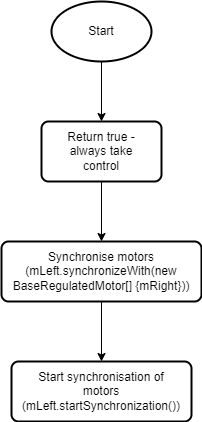
The draw.io diagram Final submission/Behaviour control flow/WalkaboutControlFlow.png in XLmT09/Bunny-Robot, before a commit. Source tidied: cells renumbered, new cells last; positions are measured from the earlier drawing's top-left corner, leaving out a move shared by most shapes.
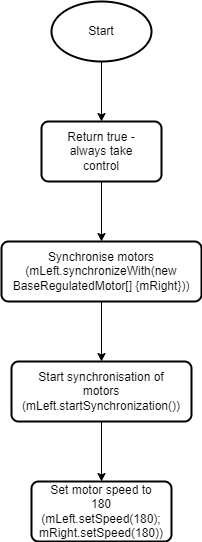
The same diagram one commit later.

What changed in the source:
```diff
@@ -47,5 +47,17 @@
     <mxCell id="16" style="endArrow=classic;html=1;rounded=0;sourcePerimeterSpacing=8;targetPerimeterSpacing=8;curved=1;entryX=0.5;entryY=0;entryDx=0;entryDy=0;exitX=0.5;exitY=1;exitDx=0;exitDy=0;" parent="1" edge="1" source="12" target="14">
       <mxGeometry relative="1" as="geometry" />
     </mxCell>
+    <mxCell id="17" style="group;" parent="1" vertex="1">
+      <mxGeometry x="30" y="480" width="140" height="60" as="geometry" />
+    </mxCell>
+    <mxCell id="18" style="rounded=1;whiteSpace=wrap;html=1;absoluteArcSize=1;arcSize=14;strokeWidth=2;hachureGap=4;" parent="17" vertex="1">
+      <mxGeometry width="140" height="60" as="geometry" />
+    </mxCell>
+    <mxCell id="19" value="Set motor speed to 180 (mLeft.setSpeed(180); mRight.setSpeed(180))" style="text;html=1;strokeColor=none;fillColor=none;align=center;verticalAlign=middle;whiteSpace=wrap;rounded=0;hachureGap=4;" parent="17" vertex="1">
+      <mxGeometry x="40" y="15" width="60" height="30" as="geometry" />
+    </mxCell>
+    <mxCell id="20" style="endArrow=classic;html=1;rounded=0;sourcePerimeterSpacing=8;targetPerimeterSpacing=8;curved=1;entryX=0.5;entryY=0;entryDx=0;entryDy=0;exitX=0.5;exitY=1;exitDx=0;exitDy=0;" parent="1" edge="1" source="14" target="18">
+      <mxGeometry relative="1" as="geometry" />
+    </mxCell>
   </root>
 </mxGraphModel>
```
